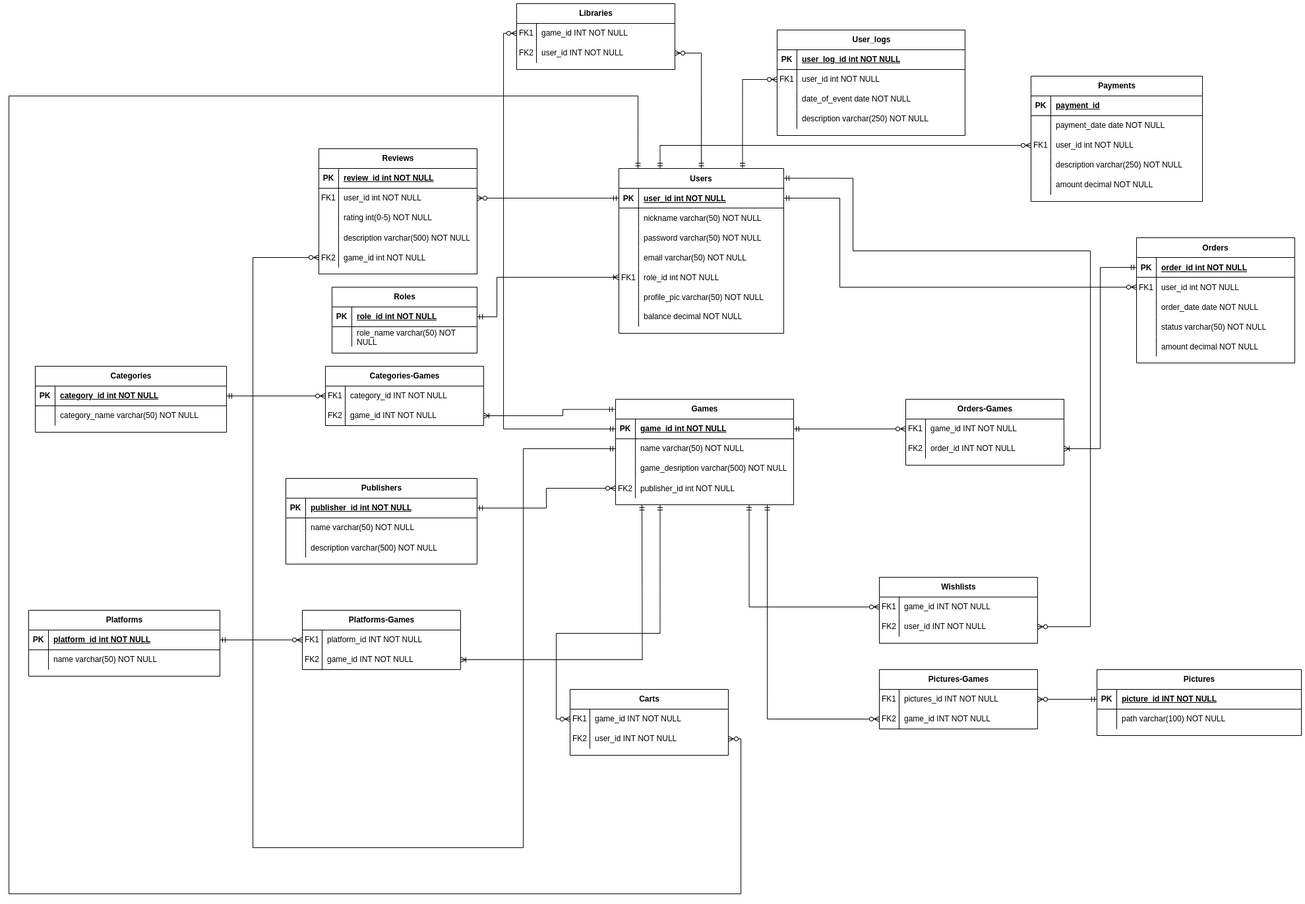
Before: diagram.png, a diagram exported from draw.io (westcrime/data-models-and-database-management-systems). Source tidied: cells renumbered, new cells last; positions are measured from the earlier drawing's top-left corner, leaving out a move shared by most shapes.
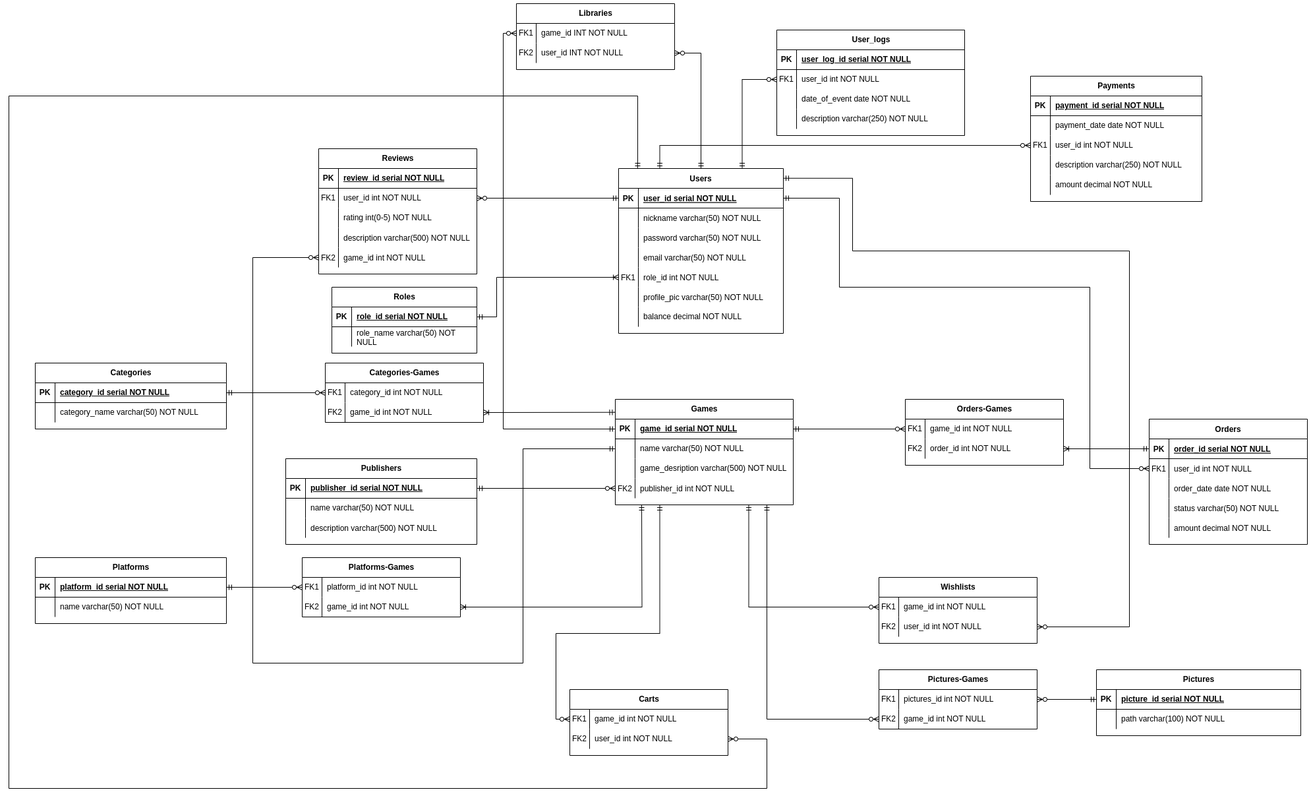
Above is the later version.

Change to the diagram source:
```diff
@@ -5,3 +5,3 @@
     <mxCell id="2" value="Orders" style="shape=table;startSize=30;rowLines=0;fontStyle=1;align=center;" parent="1" vertex="1">
-      <mxGeometry x="1710" y="355" width="240" height="190" as="geometry" />
+      <mxGeometry x="1730" y="630" width="240" height="190" as="geometry" />
     </mxCell>
@@ -13,3 +13,3 @@
     </mxCell>
-    <mxCell id="5" value="order_id int NOT NULL " style="shape=partialRectangle;overflow=hidden;fillColor=none;top=0;left=0;bottom=0;right=0;align=left;spacingLeft=6;fontStyle=5;" parent="3" vertex="1">
+    <mxCell id="5" value="order_id serial NOT NULL " style="shape=partialRectangle;overflow=hidden;fillColor=none;top=0;left=0;bottom=0;right=0;align=left;spacingLeft=6;fontStyle=5;" parent="3" vertex="1">
       <mxGeometry x="30" width="210" height="30" as="geometry" />
@@ -61,3 +61,3 @@
     </mxCell>
-    <mxCell id="21" value="user_id int NOT NULL " style="shape=partialRectangle;overflow=hidden;fillColor=none;top=0;left=0;bottom=0;right=0;align=left;spacingLeft=6;fontStyle=5;" parent="19" vertex="1">
+    <mxCell id="21" value="user_id serial NOT NULL " style="shape=partialRectangle;overflow=hidden;fillColor=none;top=0;left=0;bottom=0;right=0;align=left;spacingLeft=6;fontStyle=5;" parent="19" vertex="1">
       <mxGeometry x="30" width="220" height="30" as="geometry" />
@@ -127,3 +127,3 @@
     </mxCell>
-    <mxCell id="43" value="game_id int NOT NULL" style="shape=partialRectangle;fillColor=none;top=0;left=0;bottom=0;right=0;align=left;spacingLeft=6;fontStyle=5;overflow=hidden;whiteSpace=wrap;html=1;" parent="41" vertex="1">
+    <mxCell id="43" value="game_id serial NOT NULL" style="shape=partialRectangle;fillColor=none;top=0;left=0;bottom=0;right=0;align=left;spacingLeft=6;fontStyle=5;overflow=hidden;whiteSpace=wrap;html=1;" parent="41" vertex="1">
       <mxGeometry x="30" width="240" height="30" as="geometry" />
@@ -158,3 +158,3 @@
     <mxCell id="53" value="Publishers" style="shape=table;startSize=30;rowLines=0;fontStyle=1;align=center;html=1;" parent="1" vertex="1">
-      <mxGeometry x="420" y="720" width="290" height="130" as="geometry" />
+      <mxGeometry x="420" y="690" width="290" height="130" as="geometry" />
     </mxCell>
@@ -166,3 +166,3 @@
     </mxCell>
-    <mxCell id="56" value="publisher_id int NOT NULL" style="shape=partialRectangle;fillColor=none;top=0;left=0;bottom=0;right=0;align=left;spacingLeft=6;fontStyle=5;overflow=hidden;whiteSpace=wrap;html=1;" parent="54" vertex="1">
+    <mxCell id="56" value="publisher_id serial NOT NULL" style="shape=partialRectangle;fillColor=none;top=0;left=0;bottom=0;right=0;align=left;spacingLeft=6;fontStyle=5;overflow=hidden;whiteSpace=wrap;html=1;" parent="54" vertex="1">
       <mxGeometry x="30" width="260" height="30" as="geometry" />
@@ -188,3 +188,3 @@
     <mxCell id="63" value="Platforms" style="shape=table;startSize=30;rowLines=0;fontStyle=1;align=center;html=1;" parent="1" vertex="1">
-      <mxGeometry x="30" y="920" width="290" height="100" as="geometry" />
+      <mxGeometry x="40" y="840" width="290" height="100" as="geometry" />
     </mxCell>
@@ -196,3 +196,3 @@
     </mxCell>
-    <mxCell id="66" value="platform_id int NOT NULL" style="shape=partialRectangle;fillColor=none;top=0;left=0;bottom=0;right=0;align=left;spacingLeft=6;fontStyle=5;overflow=hidden;whiteSpace=wrap;html=1;" parent="64" vertex="1">
+    <mxCell id="66" value="platform_id serial NOT NULL" style="shape=partialRectangle;fillColor=none;top=0;left=0;bottom=0;right=0;align=left;spacingLeft=6;fontStyle=5;overflow=hidden;whiteSpace=wrap;html=1;" parent="64" vertex="1">
       <mxGeometry x="30" width="260" height="30" as="geometry" />
@@ -217,3 +217,3 @@
     </mxCell>
-    <mxCell id="73" value="role_id int NOT NULL" style="shape=partialRectangle;fillColor=none;top=0;left=0;bottom=0;right=0;align=left;spacingLeft=6;fontStyle=5;overflow=hidden;whiteSpace=wrap;html=1;" parent="71" vertex="1">
+    <mxCell id="73" value="role_id serial NOT NULL" style="shape=partialRectangle;fillColor=none;top=0;left=0;bottom=0;right=0;align=left;spacingLeft=6;fontStyle=5;overflow=hidden;whiteSpace=wrap;html=1;" parent="71" vertex="1">
       <mxGeometry x="30" width="190" height="30" as="geometry" />
@@ -238,3 +238,3 @@
     </mxCell>
-    <mxCell id="80" value="review_id int NOT NULL" style="shape=partialRectangle;fillColor=none;top=0;left=0;bottom=0;right=0;align=left;spacingLeft=6;fontStyle=5;overflow=hidden;whiteSpace=wrap;html=1;" parent="78" vertex="1">
+    <mxCell id="80" value="review_id serial NOT NULL" style="shape=partialRectangle;fillColor=none;top=0;left=0;bottom=0;right=0;align=left;spacingLeft=6;fontStyle=5;overflow=hidden;whiteSpace=wrap;html=1;" parent="78" vertex="1">
       <mxGeometry x="30" width="210" height="30" as="geometry" />
@@ -278,3 +278,3 @@
     <mxCell id="93" value="Categories" style="shape=table;startSize=30;rowLines=0;fontStyle=1;align=center;html=1;" parent="1" vertex="1">
-      <mxGeometry x="40" y="550" width="290" height="100" as="geometry" />
+      <mxGeometry x="40" y="545" width="290" height="100" as="geometry" />
     </mxCell>
@@ -286,3 +286,3 @@
     </mxCell>
-    <mxCell id="96" value="category_id int NOT NULL" style="shape=partialRectangle;fillColor=none;top=0;left=0;bottom=0;right=0;align=left;spacingLeft=6;fontStyle=5;overflow=hidden;whiteSpace=wrap;html=1;" parent="94" vertex="1">
+    <mxCell id="96" value="category_id serial NOT NULL" style="shape=partialRectangle;fillColor=none;top=0;left=0;bottom=0;right=0;align=left;spacingLeft=6;fontStyle=5;overflow=hidden;whiteSpace=wrap;html=1;" parent="94" vertex="1">
       <mxGeometry x="30" width="260" height="30" as="geometry" />
@@ -307,3 +307,3 @@
     </mxCell>
-    <mxCell id="103" value="user_log_id int NOT NULL" style="shape=partialRectangle;fillColor=none;top=0;left=0;bottom=0;right=0;align=left;spacingLeft=6;fontStyle=5;overflow=hidden;whiteSpace=wrap;html=1;" parent="101" vertex="1">
+    <mxCell id="103" value="user_log_id serial NOT NULL" style="shape=partialRectangle;fillColor=none;top=0;left=0;bottom=0;right=0;align=left;spacingLeft=6;fontStyle=5;overflow=hidden;whiteSpace=wrap;html=1;" parent="101" vertex="1">
       <mxGeometry x="30" width="255" height="30" as="geometry" />
@@ -352,2 +352,4 @@
           <mxPoint x="1260" y="430" />
+          <mxPoint x="1640" y="430" />
+          <mxPoint x="1640" y="705" />
         </Array>
@@ -367,4 +369,4 @@
           <mxPoint x="370" y="385" />
-          <mxPoint x="370" y="1280" />
-          <mxPoint x="780" y="1280" />
+          <mxPoint x="370" y="1000" />
+          <mxPoint x="780" y="1000" />
           <mxPoint x="780" y="675" />
@@ -385,3 +387,3 @@
     </mxCell>
-    <mxCell id="122" value="payment_id" style="shape=partialRectangle;fillColor=none;top=0;left=0;bottom=0;right=0;align=left;spacingLeft=6;fontStyle=5;overflow=hidden;whiteSpace=wrap;html=1;" parent="120" vertex="1">
+    <mxCell id="122" value="payment_id serial NOT NULL" style="shape=partialRectangle;fillColor=none;top=0;left=0;bottom=0;right=0;align=left;spacingLeft=6;fontStyle=5;overflow=hidden;whiteSpace=wrap;html=1;" parent="120" vertex="1">
       <mxGeometry x="30" width="230" height="30" as="geometry" />
@@ -440,3 +442,3 @@
     </mxCell>
-    <mxCell id="139" value="picture_id INT NOT NULL" style="shape=partialRectangle;fillColor=none;top=0;left=0;bottom=0;right=0;align=left;spacingLeft=6;fontStyle=5;overflow=hidden;whiteSpace=wrap;html=1;" parent="137" vertex="1">
+    <mxCell id="139" value="picture_id serial NOT NULL" style="shape=partialRectangle;fillColor=none;top=0;left=0;bottom=0;right=0;align=left;spacingLeft=6;fontStyle=5;overflow=hidden;whiteSpace=wrap;html=1;" parent="137" vertex="1">
       <mxGeometry x="30" width="280" height="30" as="geometry" />
@@ -461,3 +463,3 @@
     </mxCell>
-    <mxCell id="146" value="game_id INT NOT NULL" style="shape=partialRectangle;fillColor=none;top=0;left=0;bottom=0;right=0;align=left;spacingLeft=6;overflow=hidden;whiteSpace=wrap;html=1;" parent="144" vertex="1">
+    <mxCell id="146" value="game_id int NOT NULL" style="shape=partialRectangle;fillColor=none;top=0;left=0;bottom=0;right=0;align=left;spacingLeft=6;overflow=hidden;whiteSpace=wrap;html=1;" parent="144" vertex="1">
       <mxGeometry x="30" width="210" height="30" as="geometry" />
@@ -470,3 +472,3 @@
     </mxCell>
-    <mxCell id="149" value="order_id INT NOT NULL" style="shape=partialRectangle;fillColor=none;top=0;left=0;bottom=0;right=0;align=left;spacingLeft=6;overflow=hidden;whiteSpace=wrap;html=1;" parent="147" vertex="1">
+    <mxCell id="149" value="order_id int NOT NULL" style="shape=partialRectangle;fillColor=none;top=0;left=0;bottom=0;right=0;align=left;spacingLeft=6;overflow=hidden;whiteSpace=wrap;html=1;" parent="147" vertex="1">
       <mxGeometry x="30" width="210" height="30" as="geometry" />
@@ -480,3 +482,3 @@
     <mxCell id="152" value="Categories-Games" style="shape=table;startSize=30;rowLines=0;fontStyle=1;align=center;html=1;" parent="1" vertex="1">
-      <mxGeometry x="480" y="550" width="240" height="90" as="geometry" />
+      <mxGeometry x="480" y="545" width="240" height="90" as="geometry" />
     </mxCell>
@@ -488,3 +490,3 @@
     </mxCell>
-    <mxCell id="155" value="category_id INT NOT NULL" style="shape=partialRectangle;fillColor=none;top=0;left=0;bottom=0;right=0;align=left;spacingLeft=6;overflow=hidden;whiteSpace=wrap;html=1;" parent="153" vertex="1">
+    <mxCell id="155" value="category_id int NOT NULL" style="shape=partialRectangle;fillColor=none;top=0;left=0;bottom=0;right=0;align=left;spacingLeft=6;overflow=hidden;whiteSpace=wrap;html=1;" parent="153" vertex="1">
       <mxGeometry x="30" width="210" height="30" as="geometry" />
@@ -497,10 +499,9 @@
     </mxCell>
-    <mxCell id="158" value="game_id INT NOT NULL" style="shape=partialRectangle;fillColor=none;top=0;left=0;bottom=0;right=0;align=left;spacingLeft=6;overflow=hidden;whiteSpace=wrap;html=1;" parent="156" vertex="1">
+    <mxCell id="158" value="game_id int NOT NULL" style="shape=partialRectangle;fillColor=none;top=0;left=0;bottom=0;right=0;align=left;spacingLeft=6;overflow=hidden;whiteSpace=wrap;html=1;" parent="156" vertex="1">
       <mxGeometry x="30" width="210" height="30" as="geometry" />
     </mxCell>
-    <mxCell id="159" style="edgeStyle=orthogonalEdgeStyle;fontSize=12;html=1;endArrow=ERoneToMany;startArrow=ERmandOne;rounded=0;exitX=-0.004;exitY=0.096;exitDx=0;exitDy=0;entryX=1;entryY=0.5;entryDx=0;entryDy=0;exitPerimeter=0;" parent="1" edge="1" source="40" target="156">
+    <mxCell id="159" style="edgeStyle=orthogonalEdgeStyle;fontSize=12;html=1;endArrow=ERoneToMany;startArrow=ERmandOne;rounded=0;exitX=-0.002;exitY=0.123;exitDx=0;exitDy=0;entryX=1;entryY=0.5;entryDx=0;entryDy=0;exitPerimeter=0;" parent="1" edge="1" source="40" target="156">
       <mxGeometry relative="1" as="geometry">
         <Array as="points">
-          <mxPoint x="840" y="615" />
-          <mxPoint x="840" y="625" />
+          <mxPoint x="918" y="620" />
         </Array>
@@ -512,3 +513,3 @@
     <mxCell id="161" value="Platforms-Games" style="shape=table;startSize=30;rowLines=0;fontStyle=1;align=center;html=1;" parent="1" vertex="1">
-      <mxGeometry x="445" y="920" width="240" height="90" as="geometry" />
+      <mxGeometry x="445" y="840" width="240" height="90" as="geometry" />
     </mxCell>
@@ -520,3 +521,3 @@
     </mxCell>
-    <mxCell id="164" value="platform_id INT NOT NULL" style="shape=partialRectangle;fillColor=none;top=0;left=0;bottom=0;right=0;align=left;spacingLeft=6;overflow=hidden;whiteSpace=wrap;html=1;" parent="162" vertex="1">
+    <mxCell id="164" value="platform_id int NOT NULL" style="shape=partialRectangle;fillColor=none;top=0;left=0;bottom=0;right=0;align=left;spacingLeft=6;overflow=hidden;whiteSpace=wrap;html=1;" parent="162" vertex="1">
       <mxGeometry x="30" width="210" height="30" as="geometry" />
@@ -529,3 +530,3 @@
     </mxCell>
-    <mxCell id="167" value="game_id INT NOT NULL" style="shape=partialRectangle;fillColor=none;top=0;left=0;bottom=0;right=0;align=left;spacingLeft=6;overflow=hidden;whiteSpace=wrap;html=1;" parent="165" vertex="1">
+    <mxCell id="167" value="game_id int NOT NULL" style="shape=partialRectangle;fillColor=none;top=0;left=0;bottom=0;right=0;align=left;spacingLeft=6;overflow=hidden;whiteSpace=wrap;html=1;" parent="165" vertex="1">
       <mxGeometry x="30" width="210" height="30" as="geometry" />
@@ -549,3 +550,3 @@
     </mxCell>
-    <mxCell id="173" value="pictures_id INT NOT NULL" style="shape=partialRectangle;fillColor=none;top=0;left=0;bottom=0;right=0;align=left;spacingLeft=6;overflow=hidden;whiteSpace=wrap;html=1;" parent="171" vertex="1">
+    <mxCell id="173" value="pictures_id int NOT NULL" style="shape=partialRectangle;fillColor=none;top=0;left=0;bottom=0;right=0;align=left;spacingLeft=6;overflow=hidden;whiteSpace=wrap;html=1;" parent="171" vertex="1">
       <mxGeometry x="30" width="210" height="30" as="geometry" />
@@ -558,3 +559,3 @@
     </mxCell>
-    <mxCell id="176" value="game_id INT NOT NULL" style="shape=partialRectangle;fillColor=none;top=0;left=0;bottom=0;right=0;align=left;spacingLeft=6;overflow=hidden;whiteSpace=wrap;html=1;" parent="174" vertex="1">
+    <mxCell id="176" value="game_id int NOT NULL" style="shape=partialRectangle;fillColor=none;top=0;left=0;bottom=0;right=0;align=left;spacingLeft=6;overflow=hidden;whiteSpace=wrap;html=1;" parent="174" vertex="1">
       <mxGeometry x="30" width="210" height="30" as="geometry" />
@@ -617,3 +618,3 @@
     </mxCell>
-    <mxCell id="191" value="game_id INT NOT NULL" style="shape=partialRectangle;fillColor=none;top=0;left=0;bottom=0;right=0;align=left;spacingLeft=6;overflow=hidden;whiteSpace=wrap;html=1;" parent="189" vertex="1">
+    <mxCell id="191" value="game_id int NOT NULL" style="shape=partialRectangle;fillColor=none;top=0;left=0;bottom=0;right=0;align=left;spacingLeft=6;overflow=hidden;whiteSpace=wrap;html=1;" parent="189" vertex="1">
       <mxGeometry x="30" width="210" height="30" as="geometry" />
@@ -626,3 +627,3 @@
     </mxCell>
-    <mxCell id="194" value="user_id INT NOT NULL" style="shape=partialRectangle;fillColor=none;top=0;left=0;bottom=0;right=0;align=left;spacingLeft=6;overflow=hidden;whiteSpace=wrap;html=1;" parent="192" vertex="1">
+    <mxCell id="194" value="user_id int NOT NULL" style="shape=partialRectangle;fillColor=none;top=0;left=0;bottom=0;right=0;align=left;spacingLeft=6;overflow=hidden;whiteSpace=wrap;html=1;" parent="192" vertex="1">
       <mxGeometry x="30" width="210" height="30" as="geometry" />
@@ -634,4 +635,4 @@
           <mxPoint x="1280" y="375" />
-          <mxPoint x="1640" y="375" />
-          <mxPoint x="1640" y="945" />
+          <mxPoint x="1700" y="375" />
+          <mxPoint x="1700" y="945" />
         </Array>
@@ -655,3 +656,3 @@
     </mxCell>
-    <mxCell id="200" value="game_id INT NOT NULL" style="shape=partialRectangle;fillColor=none;top=0;left=0;bottom=0;right=0;align=left;spacingLeft=6;overflow=hidden;whiteSpace=wrap;html=1;" parent="198" vertex="1">
+    <mxCell id="200" value="game_id int NOT NULL" style="shape=partialRectangle;fillColor=none;top=0;left=0;bottom=0;right=0;align=left;spacingLeft=6;overflow=hidden;whiteSpace=wrap;html=1;" parent="198" vertex="1">
       <mxGeometry x="30" width="210" height="30" as="geometry" />
@@ -664,3 +665,3 @@
     </mxCell>
-    <mxCell id="203" value="user_id INT NOT NULL" style="shape=partialRectangle;fillColor=none;top=0;left=0;bottom=0;right=0;align=left;spacingLeft=6;overflow=hidden;whiteSpace=wrap;html=1;" parent="201" vertex="1">
+    <mxCell id="203" value="user_id int NOT NULL" style="shape=partialRectangle;fillColor=none;top=0;left=0;bottom=0;right=0;align=left;spacingLeft=6;overflow=hidden;whiteSpace=wrap;html=1;" parent="201" vertex="1">
       <mxGeometry x="30" width="210" height="30" as="geometry" />
@@ -682,5 +683,5 @@
           <mxPoint y="140" />
-          <mxPoint y="1350" />
-          <mxPoint x="1110" y="1350" />
-          <mxPoint x="1110" y="1115" />
+          <mxPoint y="1190" />
+          <mxPoint x="1150" y="1190" />
+          <mxPoint x="1150" y="1115" />
         </Array>
```
